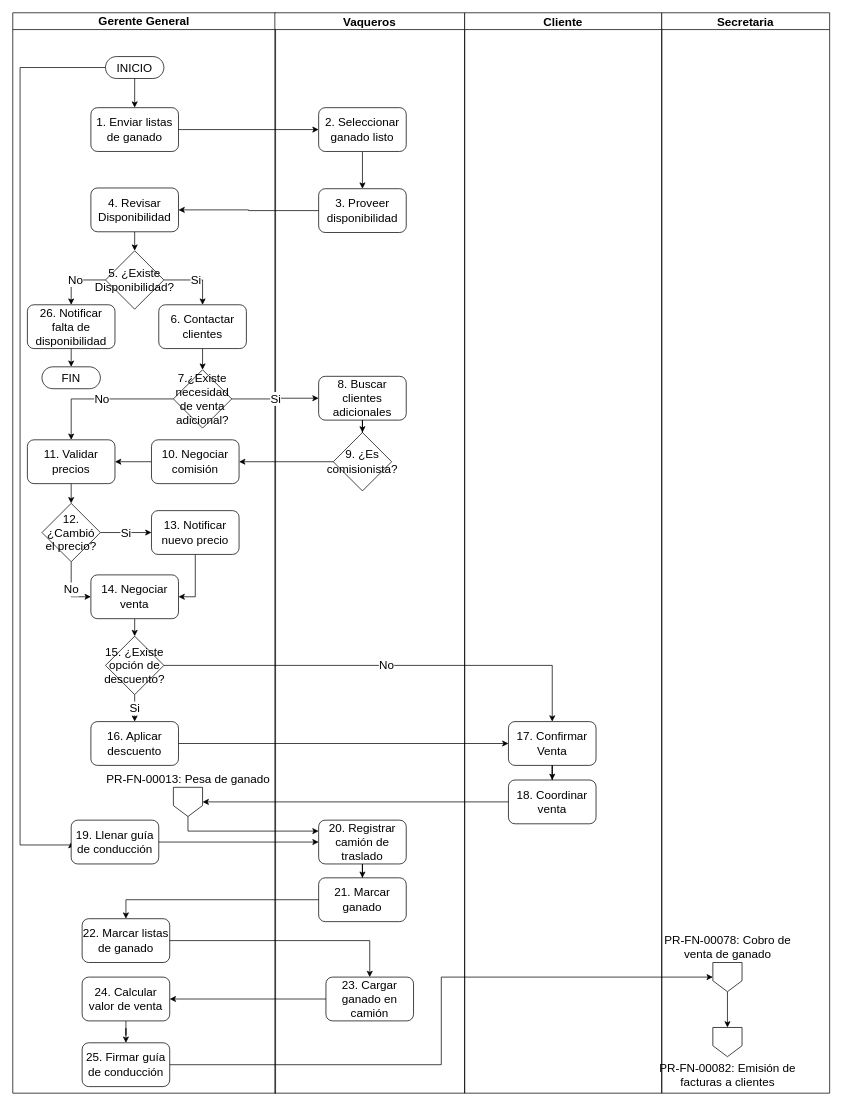
This is page "PR-FN-00068 - Venta de ganado" (5 of 5) of FSJB.drawio from prtigofn/Dev2.0, a draw.io file, before an edit. Source tidied: cells renumbered, new cells numbered last; positions are measured from the earlier drawing's top-left corner, leaving out a move shared by most shapes. Both pictures are drawn from the tidied source at 73%, with x=0, y=0 at pixel (12, 12). Pictures stored in the file or linked from it are replaced by grey dashed boxes.
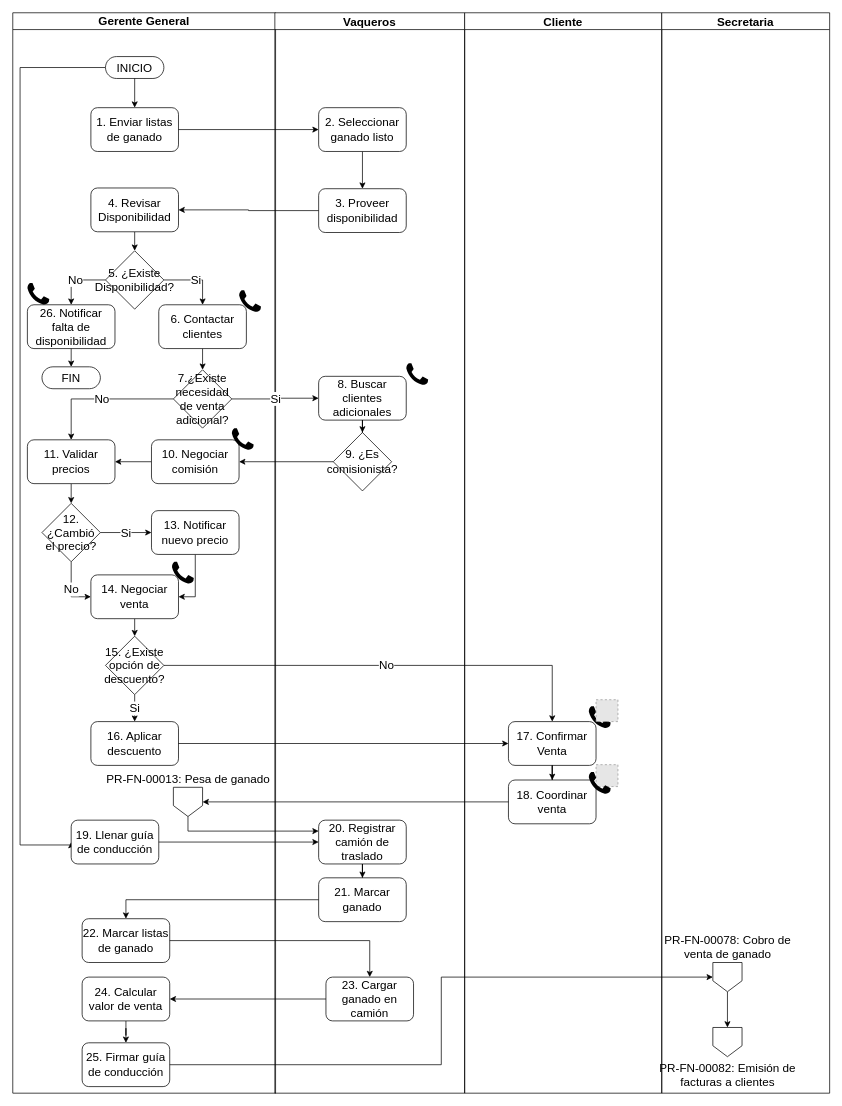
Above is the later version.

The change refers to these unchanged cells:
```xml
<mxCell id="2" value="Gerente General" style="swimlane;whiteSpace=wrap;html=1;fontSize=16;verticalAlign=bottom;horizontal=1;" parent="1" vertex="1">
  <mxGeometry width="360" height="1480" as="geometry" />
</mxCell>
<mxCell id="39" value="Vaqueros" style="swimlane;whiteSpace=wrap;html=1;fontSize=16;" parent="1" vertex="1">
  <mxGeometry x="359" width="260" height="1480" as="geometry" />
</mxCell>
<mxCell id="51" value="Cliente" style="swimlane;whiteSpace=wrap;html=1;fontSize=16;" parent="1" vertex="1">
  <mxGeometry x="619" width="270" height="1480" as="geometry" />
</mxCell>
```

Diff of the diagram source:
```diff
@@
+    <mxCell id="71" style="dashed=0;html=1;align=center;labelPosition=center;verticalLabelPosition=bottom;verticalAlign=top;shape=mxgraph.weblogos.phone;fillColor=#000000;strokeColor=none;" parent="2" vertex="1">
+      <mxGeometry x="310" y="380" width="30" height="30" as="geometry" />
+    </mxCell>
+    <mxCell id="72" style="dashed=0;html=1;align=center;labelPosition=center;verticalLabelPosition=bottom;verticalAlign=top;shape=mxgraph.weblogos.phone;fillColor=#000000;strokeColor=none;" parent="2" vertex="1">
+      <mxGeometry x="300" y="569" width="30" height="30" as="geometry" />
+    </mxCell>
+    <mxCell id="73" style="dashed=0;html=1;align=center;labelPosition=center;verticalLabelPosition=bottom;verticalAlign=top;shape=mxgraph.weblogos.phone;fillColor=#000000;strokeColor=none;" parent="2" vertex="1">
+      <mxGeometry x="218" y="752" width="30" height="30" as="geometry" />
+    </mxCell>
+    <mxCell id="74" style="dashed=0;html=1;align=center;labelPosition=center;verticalLabelPosition=bottom;verticalAlign=top;shape=mxgraph.weblogos.phone;fillColor=#000000;strokeColor=none;" parent="2" vertex="1">
+      <mxGeometry x="20" y="370" width="30" height="30" as="geometry" />
+    </mxCell>
@@
+    <mxCell id="75" style="dashed=0;html=1;align=center;labelPosition=center;verticalLabelPosition=bottom;verticalAlign=top;shape=mxgraph.weblogos.phone;fillColor=#000000;strokeColor=none;" parent="39" vertex="1">
+      <mxGeometry x="180" y="480" width="30" height="30" as="geometry" />
+    </mxCell>
@@
+    <mxCell id="76" style="fillColor=#E6E6E6;strokeColor=#999999;dashed=1;html=1;verticalAlign=top;verticalLabelPosition=bottom;labelBackgroundColor=#ffffff;" parent="51" vertex="1">
+      <mxGeometry x="180" y="1030" width="30" height="30" as="geometry" />
+    </mxCell>
+    <mxCell id="77" style="dashed=0;html=1;align=center;labelPosition=center;verticalLabelPosition=bottom;verticalAlign=top;shape=mxgraph.weblogos.phone;fillColor=#000000;strokeColor=none;" parent="51" vertex="1">
+      <mxGeometry x="170" y="950" width="30" height="30" as="geometry" />
+    </mxCell>
+    <mxCell id="78" style="fillColor=#E6E6E6;strokeColor=#999999;dashed=1;html=1;verticalAlign=top;verticalLabelPosition=bottom;labelBackgroundColor=#ffffff;" parent="51" vertex="1">
+      <mxGeometry x="180" y="941" width="30" height="30" as="geometry" />
+    </mxCell>
+    <mxCell id="79" style="dashed=0;html=1;align=center;labelPosition=center;verticalLabelPosition=bottom;verticalAlign=top;shape=mxgraph.weblogos.phone;fillColor=#000000;strokeColor=none;" parent="51" vertex="1">
+      <mxGeometry x="170" y="1040" width="30" height="30" as="geometry" />
+    </mxCell>
```
